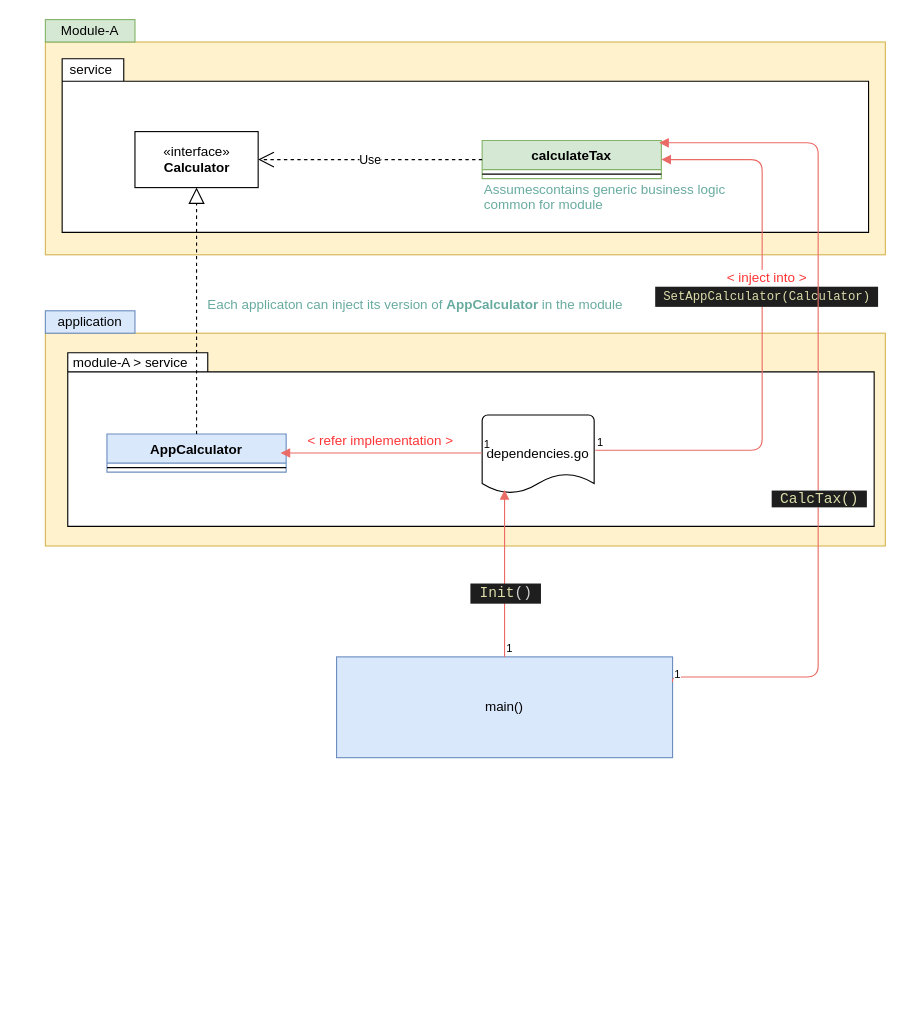
Above: DI-simple-GO/res/Di-simple-golang-example.drawio in ArjunDhar/scribbles (draw.io), before the change. Source tidied: cells renumbered, new cells numbered last; positions are measured from the earlier drawing's top-left corner, leaving out a move shared by most shapes. Both pictures are drawn from the tidied source at 112%, with x=0, y=0 at pixel (45, 19).
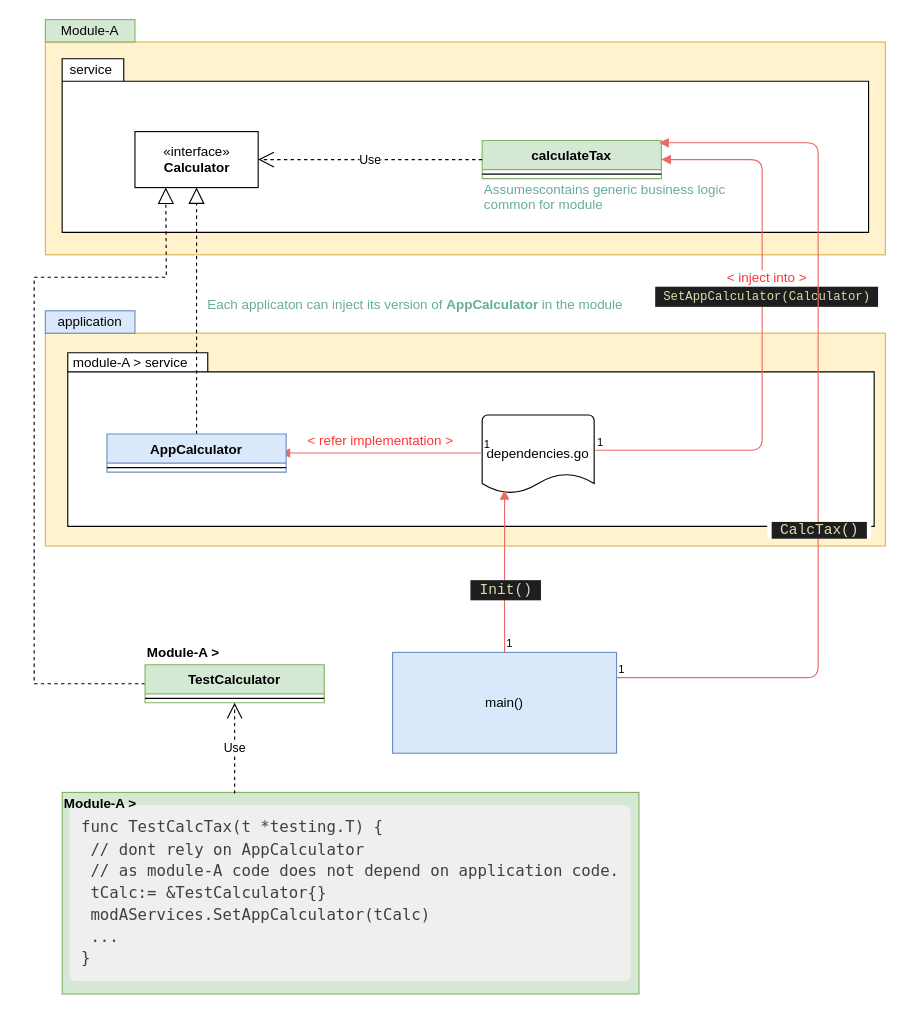
Above is the later version.

Unchanged cells that the change refers to:
```xml
<mxCell id="6" value="«interface»&lt;br&gt;&lt;b&gt;Calculator&lt;/b&gt;" style="html=1;fillColor=none;" parent="1" vertex="1">
  <mxGeometry x="80" y="100" width="110" height="50" as="geometry" />
</mxCell>
```

The edit, as a diff of the source:
```diff
@@
-    <mxCell id="15" value="AppCalculator" style="swimlane;fontStyle=1;align=center;verticalAlign=top;horizontal=1;startSize=26;fillColor=#dae8fc;strokeColor=#6c8ebf;" parent="1" vertex="1">
-      <mxGeometry x="55" y="370" width="160" height="34" as="geometry" />
-    </mxCell>
-    <mxCell id="16" style="line;strokeWidth=1;fillColor=none;align=left;verticalAlign=middle;spacingTop=-1;spacingLeft=3;spacingRight=3;labelPosition=right;" parent="15" vertex="1">
-      <mxGeometry y="26" width="160" height="8" as="geometry" />
-    </mxCell>
-    <mxCell id="17" style="endArrow=block;dashed=1;endFill=0;endSize=12;html=1;fontColor=#67AB9F;entryX=0.5;entryY=1;entryDx=0;entryDy=0;exitX=0.5;exitY=0;exitDx=0;exitDy=0;" parent="1" edge="1" source="15" target="6">
-      <mxGeometry relative="1" as="geometry" />
+    <mxCell id="17" style="endArrow=block;dashed=1;endFill=0;endSize=12;html=1;fontColor=#67AB9F;entryX=0.5;entryY=1;entryDx=0;entryDy=0;exitX=0.5;exitY=0;exitDx=0;exitDy=0;" parent="1" edge="1" target="6">
+      <mxGeometry relative="1" as="geometry">
+        <mxPoint x="135" y="370" as="sourcePoint" />
+      </mxGeometry>
     </mxCell>
@@
     <mxCell id="26" value="main()" style="text;html=1;strokeColor=#6c8ebf;fillColor=#dae8fc;align=center;verticalAlign=middle;whiteSpace=wrap;rounded=0;" parent="1" vertex="1">
-      <mxGeometry x="260" y="569" width="300" height="90" as="geometry" />
+      <mxGeometry x="310" y="565" width="200" height="90" as="geometry" />
     </mxCell>
@@
+    <mxCell id="33" value="&lt;pre style=&quot;font-family: &amp;#34;menlo&amp;#34; , monospace ; font-size: 0.875rem ; line-height: 1.4 ; overflow-x: auto ; margin: 1.25rem ; background: rgb(239 , 239 , 239) ; padding: 0.625rem ; border-radius: 0.3125rem ; color: rgb(62 , 64 , 66) ; text-align: left&quot;&gt;func TestCalcTax(t *testing.T) {&lt;br&gt; // dont rely on AppCalculator&lt;br&gt; // as module-A code does not depend on application code.&lt;br&gt; tCalc:= &amp;amp;TestCalculator{}&lt;br&gt; modAServices.SetAppCalculator(tCalc)&lt;br&gt; ... &lt;br&gt;}&lt;/pre&gt;" style="text;html=1;strokeColor=#82b366;fillColor=#d5e8d4;align=center;verticalAlign=middle;whiteSpace=wrap;rounded=0;" parent="1" vertex="1">
+      <mxGeometry x="15" y="690" width="515" height="180" as="geometry" />
+    </mxCell>
+    <mxCell id="34" style="endArrow=block;dashed=1;endFill=0;endSize=12;html=1;fontColor=#67AB9F;entryX=0.25;entryY=1;entryDx=0;entryDy=0;exitX=0;exitY=0.5;exitDx=0;exitDy=0;rounded=0;" parent="1" edge="1" source="36" target="6">
+      <mxGeometry relative="1" as="geometry">
+        <Array as="points">
+          <mxPoint x="-10" y="593" />
+          <mxPoint x="-10" y="230" />
+          <mxPoint x="108" y="230" />
+        </Array>
+      </mxGeometry>
+    </mxCell>
+    <mxCell id="15" value="AppCalculator" style="swimlane;fontStyle=1;align=center;verticalAlign=top;horizontal=1;startSize=26;fillColor=#dae8fc;strokeColor=#6c8ebf;" parent="1" vertex="1">
+      <mxGeometry x="55" y="370" width="160" height="34" as="geometry" />
+    </mxCell>
+    <mxCell id="35" style="line;strokeWidth=1;fillColor=none;align=left;verticalAlign=middle;spacingTop=-1;spacingLeft=3;spacingRight=3;labelPosition=right;" parent="15" vertex="1">
+      <mxGeometry y="26" width="160" height="8" as="geometry" />
+    </mxCell>
+    <mxCell id="36" value="TestCalculator" style="swimlane;fontStyle=1;align=center;verticalAlign=top;horizontal=1;startSize=26;fillColor=#d5e8d4;strokeColor=#82b366;" parent="1" vertex="1">
+      <mxGeometry x="89" y="576" width="160" height="34" as="geometry" />
+    </mxCell>
+    <mxCell id="37" style="line;strokeWidth=1;fillColor=none;align=left;verticalAlign=middle;spacingTop=-1;spacingLeft=3;spacingRight=3;labelPosition=right;" parent="36" vertex="1">
+      <mxGeometry y="26" width="160" height="8" as="geometry" />
+    </mxCell>
+    <mxCell id="38" value="Use" style="endArrow=open;endSize=12;dashed=1;html=1;entryX=0.5;entryY=1;entryDx=0;entryDy=0;" parent="1" edge="1" target="36">
+      <mxGeometry relative="1" as="geometry">
+        <mxPoint x="169" y="691" as="sourcePoint" />
+      </mxGeometry>
+    </mxCell>
+    <mxCell id="39" value="&lt;b&gt;Module-A &amp;gt;&amp;nbsp;&lt;/b&gt;" style="text;html=1;align=left;verticalAlign=top;spacingTop=-4;" parent="1" vertex="1">
+      <mxGeometry x="89" y="556" width="80" height="20" as="geometry" />
+    </mxCell>
+    <mxCell id="40" value="&lt;b&gt;Module-A &amp;gt;&amp;nbsp;&lt;/b&gt;" style="text;html=1;align=left;verticalAlign=top;spacingTop=-4;" parent="1" vertex="1">
+      <mxGeometry x="15" y="690" width="80" height="20" as="geometry" />
+    </mxCell>
```
